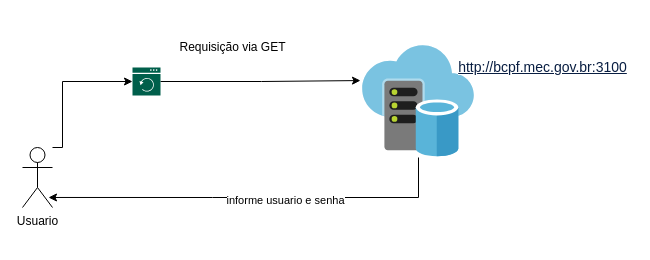
Earlier version of the draw.io diagram Untitled Diagram.drawio (wisleycouto/Diagramas). Source tidied: cells renumbered, new cells numbered last; positions are measured from the earlier drawing's top-left corner, leaving out a move shared by most shapes. Both pictures are drawn from the tidied source at 100%, with x=0, y=0 at pixel (22, 37).
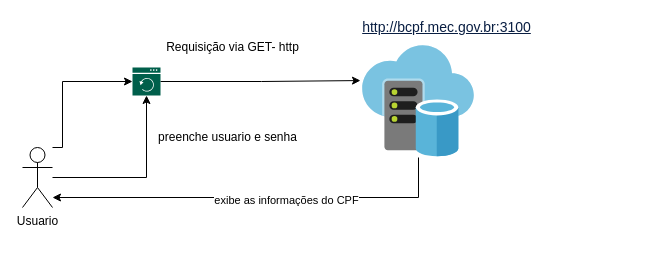
The same page after the edit.

Commit message:
Diagrama BCPF

What changed in the source:
```diff
@@
 <mxGraphModel>
   <root>
     <mxCell id="0" />
     <mxCell id="1" parent="0" />
     <mxCell id="2" style="edgeStyle=orthogonalEdgeStyle;rounded=0;jettySize=auto;html=1;" parent="1" edge="1" source="3" target="9">
       <mxGeometry relative="1" as="geometry">
         <Array as="points">
           <mxPoint x="40" y="110" />
           <mxPoint x="40" y="44" />
         </Array>
       </mxGeometry>
     </mxCell>
+    <mxCell id="11" style="edgeStyle=orthogonalEdgeStyle;rounded=0;jettySize=auto;html=1;" parent="1" edge="1" source="3" target="9">
+      <mxGeometry relative="1" as="geometry" />
+    </mxCell>
     <mxCell id="3" value="Usuario&lt;br&gt;&lt;br&gt;" style="shape=umlActor;verticalLabelPosition=bottom;verticalAlign=top;html=1;" parent="1" vertex="1">
       <mxGeometry y="110" width="30" height="60" as="geometry" />
     </mxCell>
-    <mxCell id="4" value="Requisição via GET&lt;br&gt;" style="text;html=1;align=center;verticalAlign=middle;strokeColor=none;" parent="1" vertex="1">
-      <mxGeometry x="150" width="120" height="20" as="geometry" />
+    <mxCell id="4" value="Requisição via GET- http&lt;br&gt;" style="text;html=1;align=center;verticalAlign=middle;strokeColor=none;" parent="1" vertex="1">
+      <mxGeometry x="135" width="150" height="20" as="geometry" />
     </mxCell>
-    <mxCell id="5" style="edgeStyle=orthogonalEdgeStyle;rounded=0;jettySize=auto;html=1;entryX=0.867;entryY=0.833;entryDx=0;entryDy=0;entryPerimeter=0;" parent="1" edge="1" source="7" target="3">
+    <mxCell id="5" style="edgeStyle=orthogonalEdgeStyle;rounded=0;jettySize=auto;html=1;" parent="1" edge="1" source="7" target="3">
       <mxGeometry relative="1" as="geometry">
         <Array as="points">
-          <mxPoint x="190" y="160" />
-          <mxPoint x="190" y="160" />
+          <mxPoint x="396" y="160" />
         </Array>
       </mxGeometry>
     </mxCell>
-    <mxCell id="6" value="informe usuario e senha" style="edgeLabel;html=1;align=center;verticalAlign=middle;" parent="5" vertex="1">
+    <mxCell id="6" value="exibe as informações do CPF&lt;br&gt;" style="edgeLabel;html=1;align=center;verticalAlign=middle;" parent="5" vertex="1">
       <mxGeometry x="-0.15" y="2" relative="1" as="geometry" />
     </mxCell>
     <mxCell id="7" style="html=1;points=[];align=center;image;fontSize=12;image=img/lib/mscae/Virtual_Datacenter.svg;" parent="1" vertex="1">
       <mxGeometry x="340" y="8" width="112" height="112" as="geometry" />
     </mxCell>
     <mxCell id="8" style="edgeStyle=orthogonalEdgeStyle;rounded=0;jettySize=auto;html=1;entryX=-0.018;entryY=0.313;entryDx=0;entryDy=0;entryPerimeter=0;" parent="1" edge="1" source="9" target="7">
       <mxGeometry relative="1" as="geometry" />
     </mxCell>
     <mxCell id="9" style="shadow=0;dashed=0;html=1;strokeColor=none;fillColor=#005F4B;labelPosition=center;verticalLabelPosition=bottom;verticalAlign=top;align=center;outlineConnect=0;shape=mxgraph.veeam2.backup_browser;" parent="1" vertex="1">
       <mxGeometry x="110" y="30" width="28" height="28" as="geometry" />
     </mxCell>
     <mxCell id="10" value="&lt;a href=&quot;http://bcpf.mec.gov.br:3100/api/v1/pessoaFisica/CPF&quot; target=&quot;_blank&quot; style=&quot;background-color: rgb(255 , 255 , 255) ; color: rgb(9 , 30 , 66) ; outline: 0px ; font-family: , &amp;#34;blinkmacsystemfont&amp;#34; , &amp;#34;segoe ui&amp;#34; , &amp;#34;roboto&amp;#34; , &amp;#34;noto sans&amp;#34; , &amp;#34;ubuntu&amp;#34; , &amp;#34;droid sans&amp;#34; , &amp;#34;helvetica neue&amp;#34; , sans-serif ; font-size: 14px&quot;&gt;http://bcpf.mec.gov.br:3100&lt;/a&gt;" style="text;html=1;align=center;verticalAlign=middle;strokeColor=none;" parent="1" vertex="1">
-      <mxGeometry x="430" y="20" width="180" height="20" as="geometry" />
+      <mxGeometry x="334" y="-20" width="180" height="20" as="geometry" />
     </mxCell>
+    <mxCell id="12" value="preenche usuario e senha&lt;br&gt;" style="text;html=1;align=center;verticalAlign=middle;strokeColor=none;" parent="1" vertex="1">
+      <mxGeometry x="130" y="90" width="150" height="20" as="geometry" />
+    </mxCell>
   </root>
 </mxGraphModel>
```
